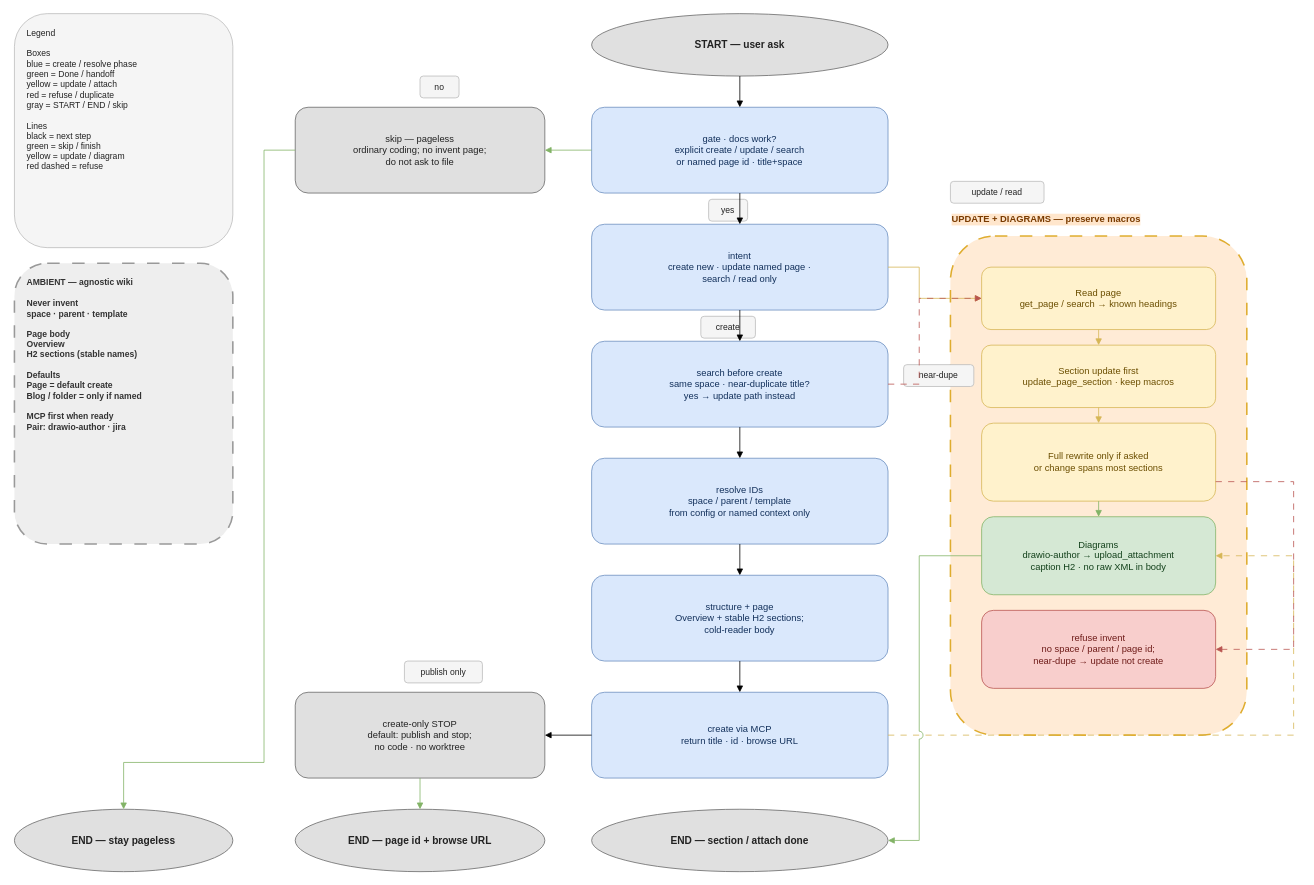
The draw.io diagram plugins/atlassian/docs/atlassian-confluence-workflow.drawio in nodadyoushutup/marketplace, before the edit. Source tidied: cells renumbered, new cells numbered last; positions are measured from the earlier drawing's top-left corner, leaving out a move shared by most shapes. Both pictures are drawn from the tidied source at 78%, with x=0, y=0 at pixel (14, 13).
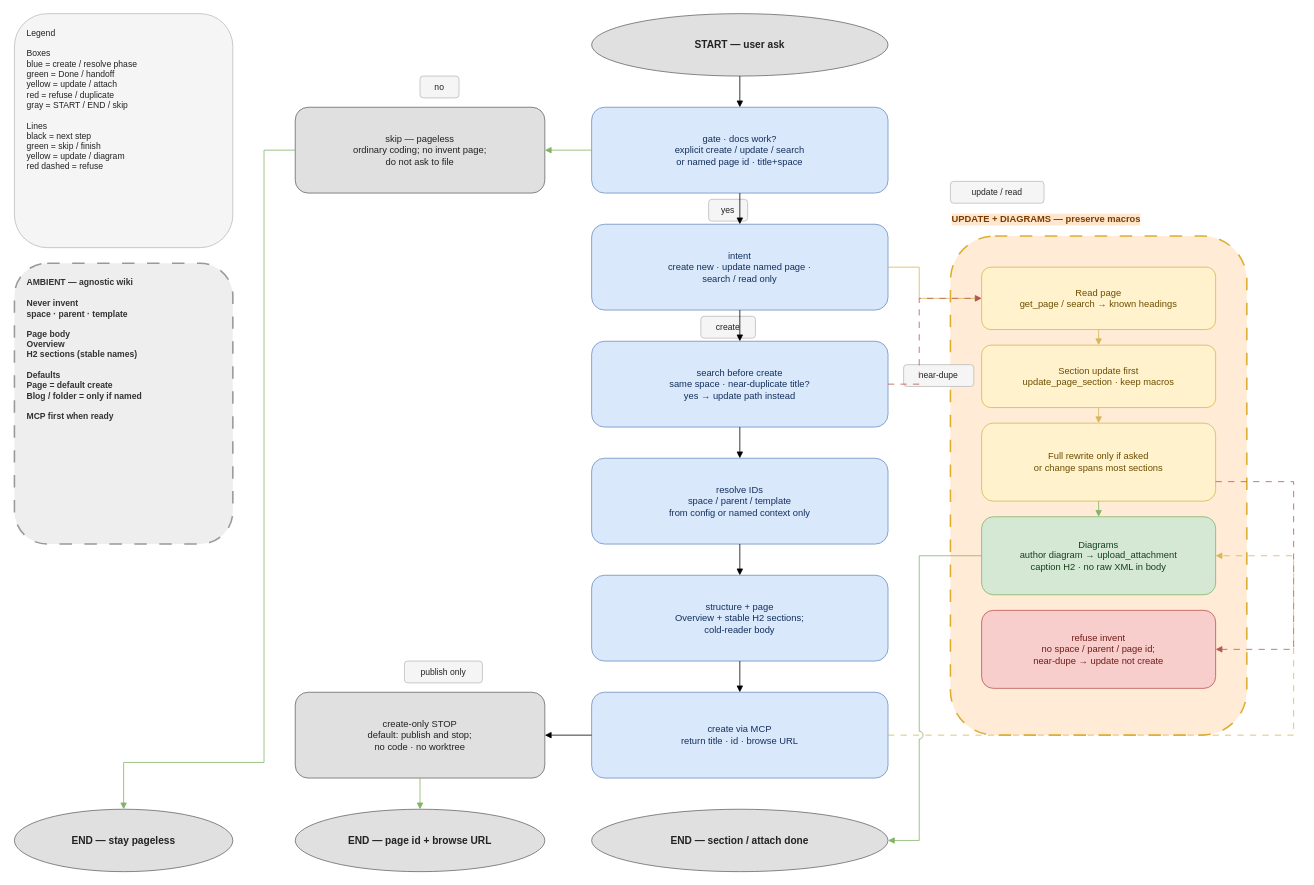
The same page after the edit.

Diff of the diagram source:
```diff
@@
-    <mxCell id="3" value="AMBIENT — agnostic wiki&#10;&#10;Never invent&#10;space · parent · template&#10;&#10;Page body&#10;Overview&#10;H2 sections (stable names)&#10;&#10;Defaults&#10;Page = default create&#10;Blog / folder = only if named&#10;&#10;MCP first when ready&#10;Pair: drawio-author · jira" style="rounded=1;whiteSpace=wrap;html=1;dashed=1;dashPattern=8 8;align=left;verticalAlign=top;spacingLeft=14;spacingRight=14;spacingTop=12;spacingBottom=12;fontSize=11;fontStyle=1;fillColor=#eeeeee;strokeColor=#999999;strokeWidth=2;fontColor=#333333;" parent="1" vertex="1">
+    <mxCell id="3" value="AMBIENT — agnostic wiki&#10;&#10;Never invent&#10;space · parent · template&#10;&#10;Page body&#10;Overview&#10;H2 sections (stable names)&#10;&#10;Defaults&#10;Page = default create&#10;Blog / folder = only if named&#10;&#10;MCP first when ready&#10;" style="rounded=1;whiteSpace=wrap;html=1;dashed=1;dashPattern=8 8;align=left;verticalAlign=top;spacingLeft=14;spacingRight=14;spacingTop=12;spacingBottom=12;fontSize=11;fontStyle=1;fillColor=#eeeeee;strokeColor=#999999;strokeWidth=2;fontColor=#333333;" parent="1" vertex="1">
       <mxGeometry y="320" width="280" height="360" as="geometry" />
     </mxCell>
@@
-    <mxCell id="18" value="Diagrams&#10;drawio-author → upload_attachment&#10;caption H2 · no raw XML in body" style="rounded=1;whiteSpace=wrap;html=1;align=center;verticalAlign=middle;spacingLeft=12;spacingRight=12;fontSize=12;fillColor=#d5e8d4;strokeColor=#82b366;fontColor=#12401A;" parent="1" vertex="1">
+    <mxCell id="18" value="Diagrams&#10;author diagram → upload_attachment&#10;caption H2 · no raw XML in body" style="rounded=1;whiteSpace=wrap;html=1;align=center;verticalAlign=middle;spacingLeft=12;spacingRight=12;fontSize=12;fillColor=#d5e8d4;strokeColor=#82b366;fontColor=#12401A;" parent="1" vertex="1">
       <mxGeometry x="1240" y="645" width="300" height="100" as="geometry" />
     </mxCell>
```
